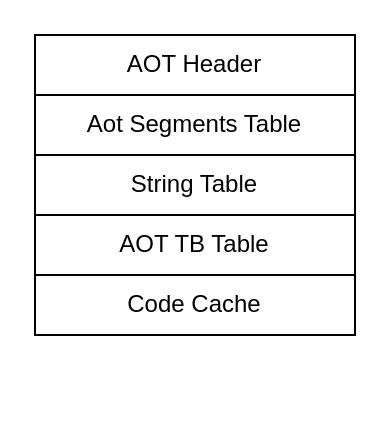
Above: page "第 29 页" (31 of 52) of lajit.drawio in ganjue66da/ganjue66da (draw.io), before the change. Source tidied: cells renumbered, new cells numbered last; positions are measured from the earlier drawing's top-left corner, leaving out a move shared by most shapes. Both pictures are drawn from the tidied source at 200%, with x=0, y=0 at pixel (34, 34).
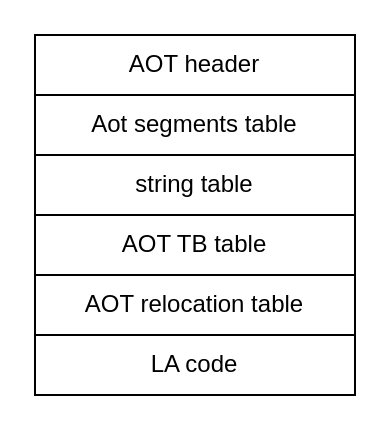
The same page after the edit.

What changed in the source:
```diff
@@
 <mxGraphModel>
   <root>
     <mxCell id="0" />
     <mxCell id="1" parent="0" />
-    <mxCell id="2" value="AOT Header" style="rounded=0;whiteSpace=wrap;html=1;" parent="1" vertex="1">
+    <mxCell id="2" value="AOT header" style="rounded=0;whiteSpace=wrap;html=1;" parent="1" vertex="1">
       <mxGeometry width="160" height="30" as="geometry" />
     </mxCell>
-    <mxCell id="3" value="Aot Segments Table" style="rounded=0;whiteSpace=wrap;html=1;" parent="1" vertex="1">
+    <mxCell id="3" value="Aot segments table" style="rounded=0;whiteSpace=wrap;html=1;" parent="1" vertex="1">
       <mxGeometry y="30" width="160" height="30" as="geometry" />
     </mxCell>
-    <mxCell id="4" value="String Table" style="rounded=0;whiteSpace=wrap;html=1;" parent="1" vertex="1">
+    <mxCell id="4" value="string table" style="rounded=0;whiteSpace=wrap;html=1;" parent="1" vertex="1">
       <mxGeometry y="60" width="160" height="30" as="geometry" />
     </mxCell>
-    <mxCell id="5" value="AOT TB Table" style="rounded=0;whiteSpace=wrap;html=1;" parent="1" vertex="1">
+    <mxCell id="5" value="AOT TB table" style="rounded=0;whiteSpace=wrap;html=1;" parent="1" vertex="1">
       <mxGeometry y="90" width="160" height="30" as="geometry" />
     </mxCell>
-    <mxCell id="6" value="Code Cache" style="rounded=0;whiteSpace=wrap;html=1;" parent="1" vertex="1">
-      <mxGeometry y="120" width="160" height="30" as="geometry" />
+    <mxCell id="6" value="LA code" style="rounded=0;whiteSpace=wrap;html=1;" parent="1" vertex="1">
+      <mxGeometry y="150" width="160" height="30" as="geometry" />
     </mxCell>
+    <mxCell id="7" value="AOT relocation table" style="rounded=0;whiteSpace=wrap;html=1;" parent="1" vertex="1">
+      <mxGeometry y="120" width="160" height="30" as="geometry" />
+    </mxCell>
   </root>
 </mxGraphModel>
```
